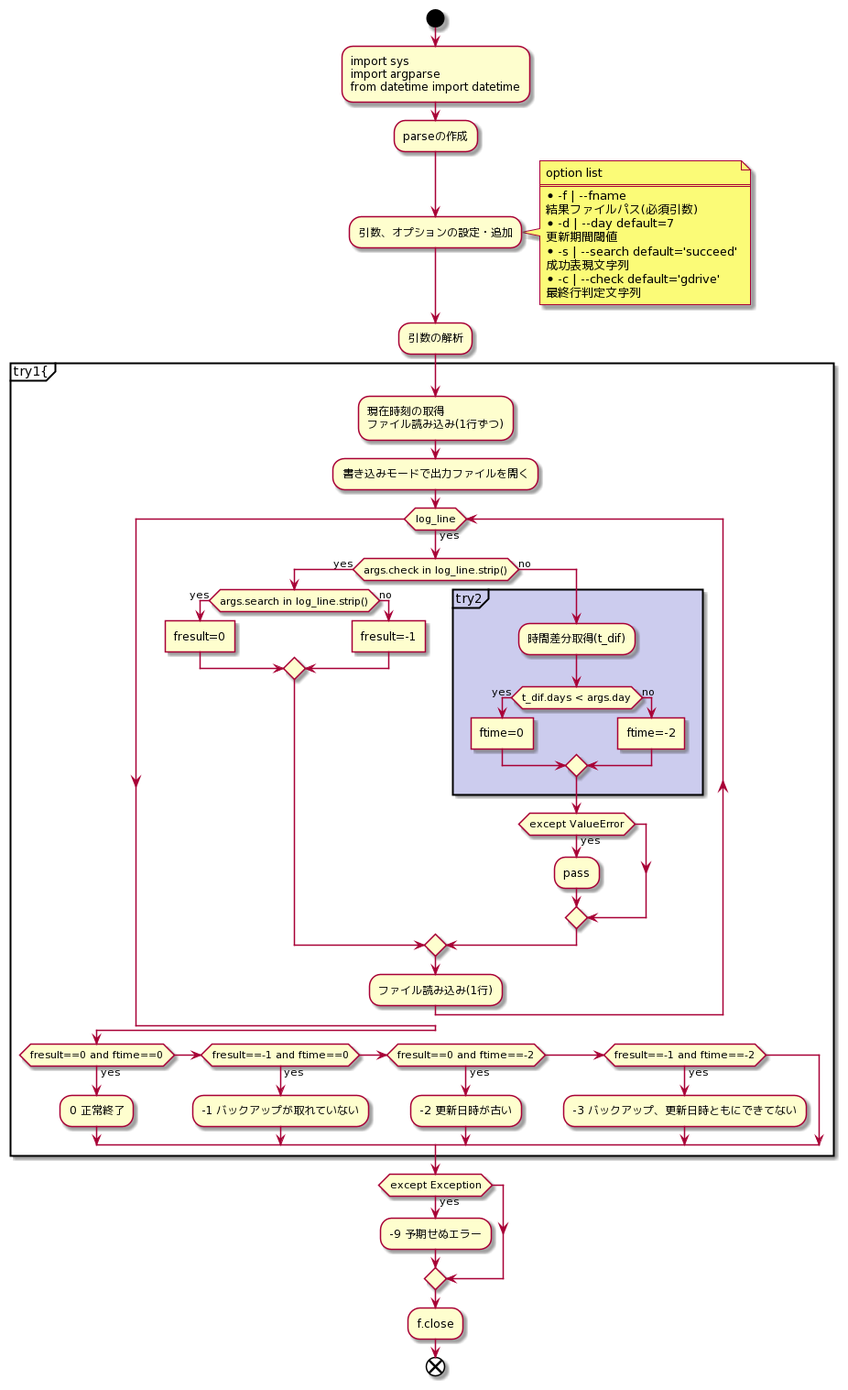
The PlantUML diagram png/flowchart.png in assyugit/Intern, before a commit.
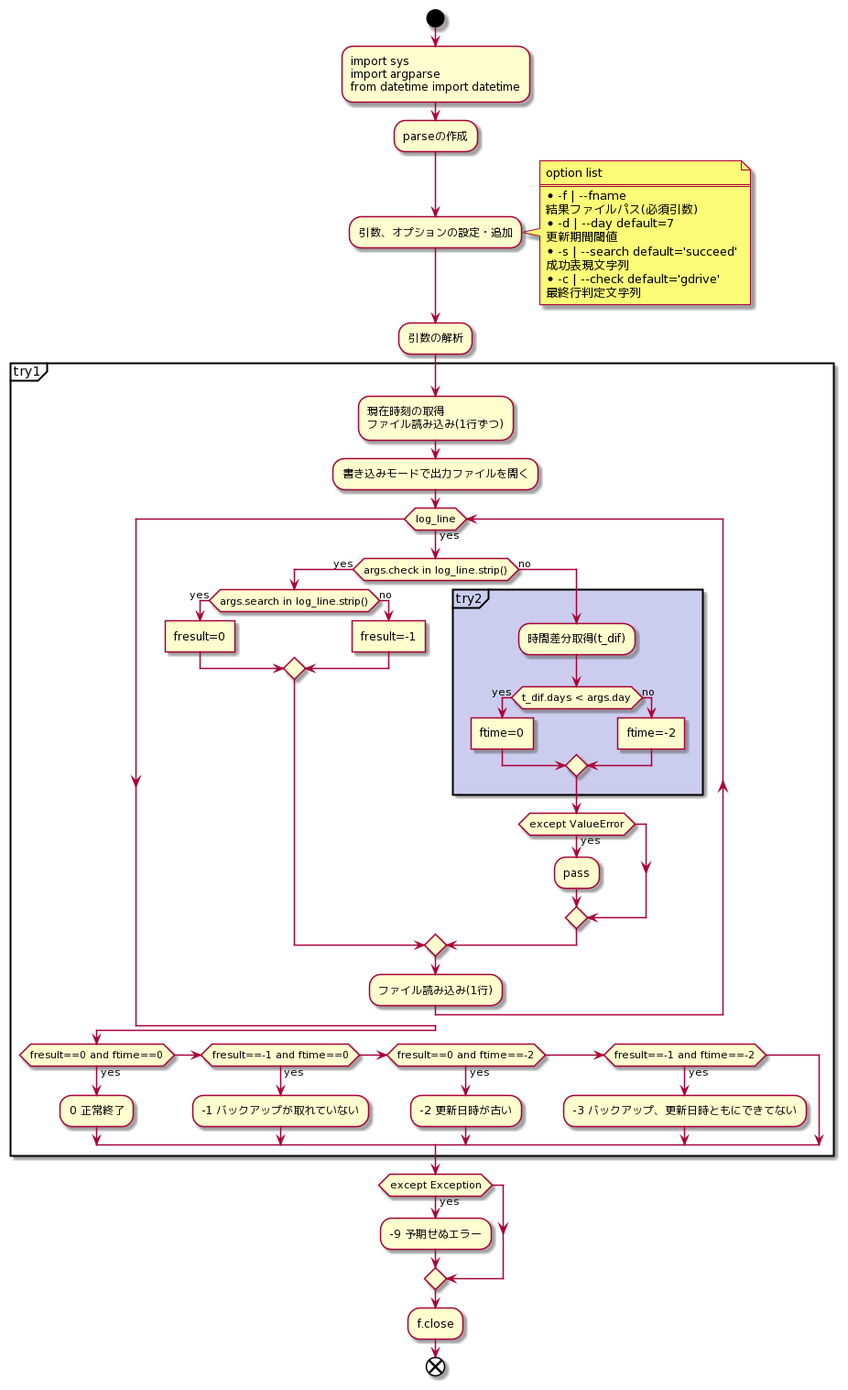
After the commit.

The edit, as a diff of the source:
```diff
@@ -22,7 +22,7 @@
 end note
 
 :引数の解析;
-partition try1{
+partition try1
 :現在時刻の取得
 ファイル読み込み(1行ずつ);
 
```
